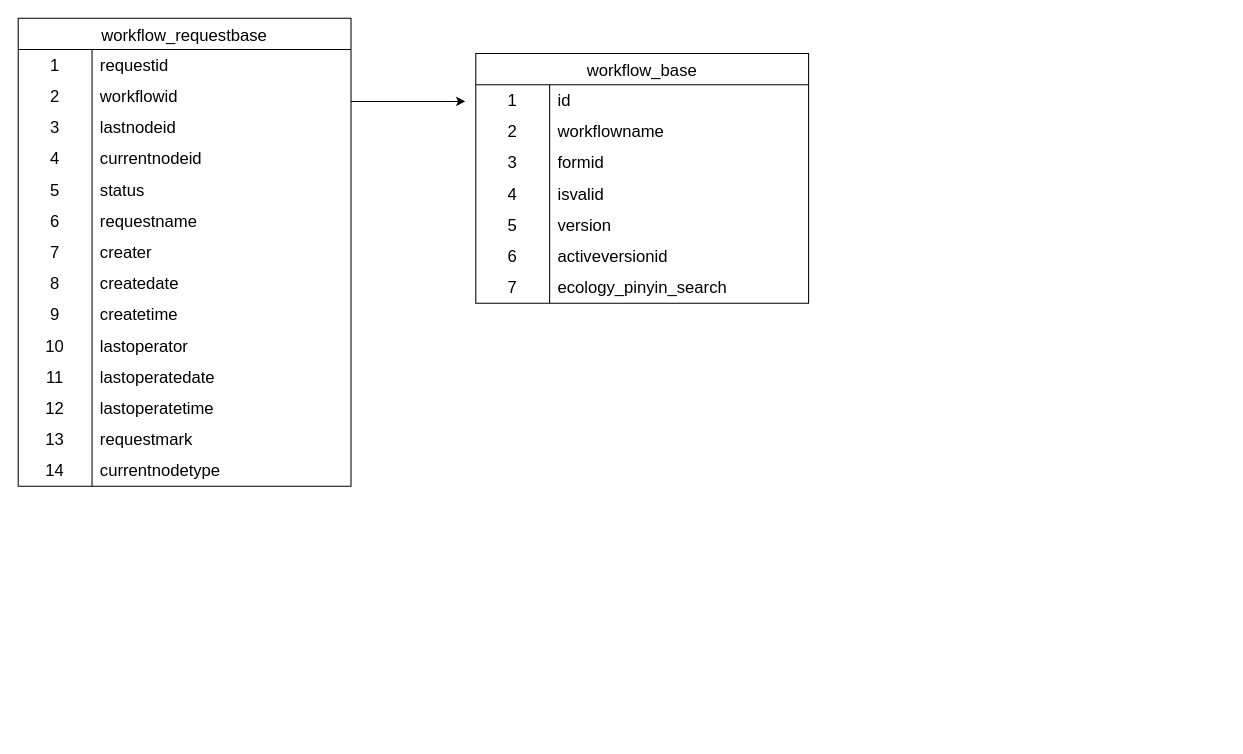
The draw.io diagram page "第 3 页" (3 of 3) of work/ICS工单系统.drawio in itzhanglg/technology-image, before the edit. Source tidied: cells renumbered, new cells numbered last; positions are measured from the earlier drawing's top-left corner, leaving out a move shared by most shapes. Both pictures are drawn from the tidied source at 104%, with x=0, y=0 at pixel (18, 18).
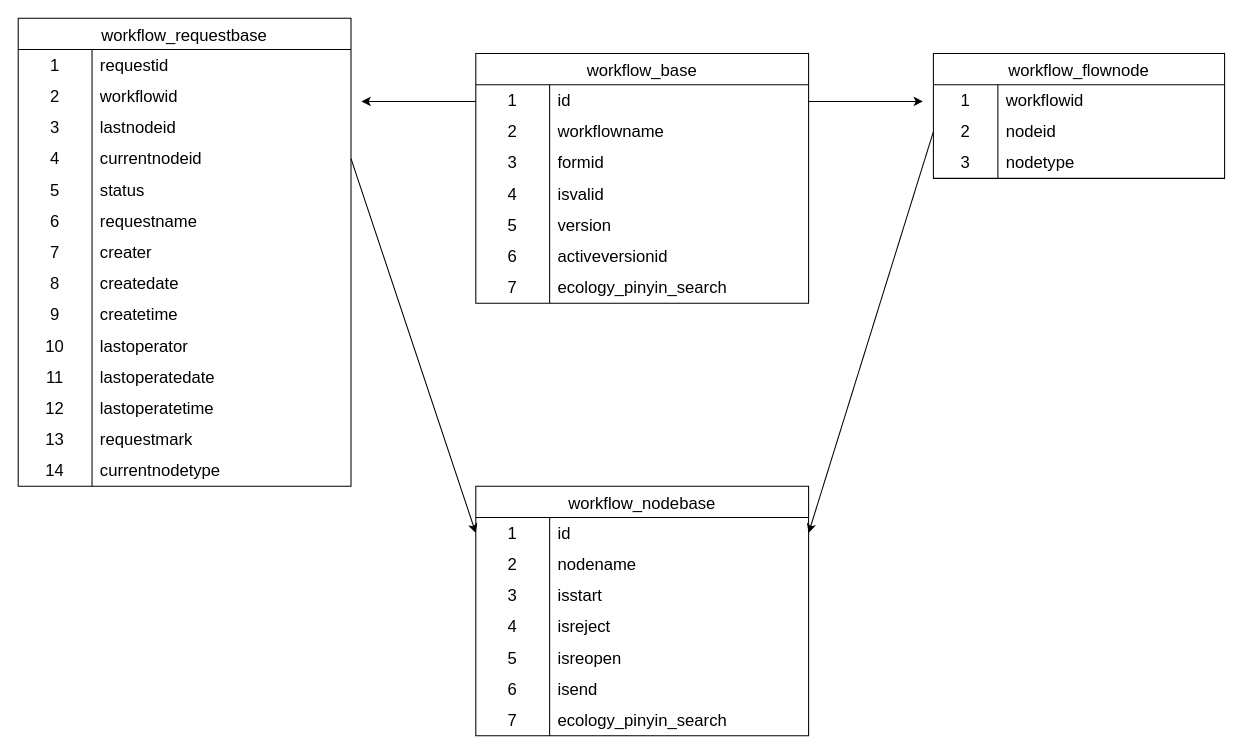
The same diagram, later.

Commit message:
更新ICS工单系统.drawio

The change refers to these unchanged cells:
```xml
<mxCell id="34" style="shape=tableRow;horizontal=0;startSize=0;swimlaneHead=0;swimlaneBody=0;top=0;left=0;bottom=0;right=0;fillColor=none;points=[[0,0.5],[1,0.5]];portConstraint=eastwest;strokeColor=inherit;fontSize=16;" parent="24" vertex="1">
  <mxGeometry y="120" width="320" height="30" as="geometry" />
</mxCell>
```

Change to the diagram source:
```diff
@@
     <mxCell id="67" style="endArrow=classic;html=1;rounded=0;" parent="1" edge="1">
       <mxGeometry relative="1" as="geometry">
-        <mxPoint x="320" y="80" as="sourcePoint" />
-        <mxPoint x="430" y="80" as="targetPoint" />
+        <mxPoint x="440" y="80" as="sourcePoint" />
+        <mxPoint x="330" y="80" as="targetPoint" />
       </mxGeometry>
     </mxCell>
+    <mxCell id="68" value="workflow_flownode" style="shape=table;startSize=30;childLayout=tableLayout;rowLines=0;fontStyle=0;strokeColor=default;fontSize=16;" parent="1" vertex="1">
+      <mxGeometry x="880" y="34" width="280" height="120" as="geometry" />
+    </mxCell>
+    <mxCell id="69" style="shape=tableRow;horizontal=0;startSize=0;swimlaneHead=0;swimlaneBody=0;top=0;left=0;bottom=0;right=0;fillColor=none;strokeColor=inherit;fontSize=16;" parent="68" vertex="1">
+      <mxGeometry y="30" width="280" height="30" as="geometry" />
+    </mxCell>
+    <mxCell id="70" value="1" style="shape=partialRectangle;html=1;whiteSpace=wrap;fillColor=none;top=0;left=0;bottom=0;right=0;overflow=hidden;strokeColor=inherit;fontSize=16;" parent="69" vertex="1">
+      <mxGeometry width="62" height="30" as="geometry" />
+    </mxCell>
+    <mxCell id="71" value="workflowid" style="shape=partialRectangle;html=1;whiteSpace=wrap;fillColor=none;top=0;left=0;bottom=0;right=0;align=left;spacingLeft=6;overflow=hidden;strokeColor=inherit;fontSize=16;" parent="69" vertex="1">
+      <mxGeometry x="62" width="218" height="30" as="geometry" />
+    </mxCell>
+    <mxCell id="72" style="shape=tableRow;horizontal=0;startSize=0;swimlaneHead=0;swimlaneBody=0;top=0;left=0;bottom=0;right=0;fillColor=none;points=[[0,0.5],[1,0.5]];portConstraint=eastwest;strokeColor=inherit;fontSize=16;" parent="68" vertex="1">
+      <mxGeometry y="60" width="280" height="30" as="geometry" />
+    </mxCell>
+    <mxCell id="73" value="2" style="shape=partialRectangle;html=1;whiteSpace=wrap;fillColor=none;top=0;left=0;bottom=0;right=0;overflow=hidden;strokeColor=inherit;fontSize=16;" parent="72" vertex="1">
+      <mxGeometry width="62" height="30" as="geometry" />
+    </mxCell>
+    <mxCell id="74" value="nodeid" style="shape=partialRectangle;html=1;whiteSpace=wrap;fillColor=none;top=0;left=0;bottom=0;right=0;align=left;spacingLeft=6;overflow=hidden;strokeColor=inherit;fontSize=16;" parent="72" vertex="1">
+      <mxGeometry x="62" width="218" height="30" as="geometry" />
+    </mxCell>
+    <mxCell id="75" style="shape=tableRow;horizontal=0;startSize=0;swimlaneHead=0;swimlaneBody=0;top=0;left=0;bottom=0;right=0;fillColor=none;strokeColor=inherit;fontSize=16;" parent="68" vertex="1">
+      <mxGeometry y="90" width="280" height="30" as="geometry" />
+    </mxCell>
+    <mxCell id="76" value="3" style="shape=partialRectangle;html=1;whiteSpace=wrap;fillColor=none;top=0;left=0;bottom=0;right=0;overflow=hidden;strokeColor=inherit;fontSize=16;" parent="75" vertex="1">
+      <mxGeometry width="62" height="30" as="geometry" />
+    </mxCell>
+    <mxCell id="77" value="nodetype" style="shape=partialRectangle;html=1;whiteSpace=wrap;fillColor=none;top=0;left=0;bottom=0;right=0;align=left;spacingLeft=6;overflow=hidden;strokeColor=inherit;fontSize=16;" parent="75" vertex="1">
+      <mxGeometry x="62" width="218" height="30" as="geometry" />
+    </mxCell>
+    <mxCell id="78" style="endArrow=classic;html=1;rounded=0;" parent="1" edge="1">
+      <mxGeometry relative="1" as="geometry">
+        <mxPoint x="760" y="80" as="sourcePoint" />
+        <mxPoint x="870" y="80" as="targetPoint" />
+      </mxGeometry>
+    </mxCell>
+    <mxCell id="79" value="workflow_nodebase" style="shape=table;startSize=30;childLayout=tableLayout;rowLines=0;fontStyle=0;strokeColor=default;fontSize=16;" parent="1" vertex="1">
+      <mxGeometry x="440" y="450" width="320" height="240" as="geometry" />
+    </mxCell>
+    <mxCell id="80" style="shape=tableRow;horizontal=0;startSize=0;swimlaneHead=0;swimlaneBody=0;top=0;left=0;bottom=0;right=0;fillColor=none;points=[[0,0.5],[1,0.5]];portConstraint=eastwest;strokeColor=inherit;fontSize=16;" parent="79" vertex="1">
+      <mxGeometry y="30" width="320" height="30" as="geometry" />
+    </mxCell>
+    <mxCell id="81" value="1" style="shape=partialRectangle;html=1;whiteSpace=wrap;fillColor=none;top=0;left=0;bottom=0;right=0;overflow=hidden;strokeColor=inherit;fontSize=16;" parent="80" vertex="1">
+      <mxGeometry width="71" height="30" as="geometry" />
+    </mxCell>
+    <mxCell id="82" value="id" style="shape=partialRectangle;html=1;whiteSpace=wrap;fillColor=none;top=0;left=0;bottom=0;right=0;align=left;spacingLeft=6;overflow=hidden;strokeColor=inherit;fontSize=16;" parent="80" vertex="1">
+      <mxGeometry x="71" width="249" height="30" as="geometry" />
+    </mxCell>
+    <mxCell id="83" style="shape=tableRow;horizontal=0;startSize=0;swimlaneHead=0;swimlaneBody=0;top=0;left=0;bottom=0;right=0;fillColor=none;strokeColor=inherit;fontSize=16;" parent="79" vertex="1">
+      <mxGeometry y="60" width="320" height="30" as="geometry" />
+    </mxCell>
+    <mxCell id="84" value="2" style="shape=partialRectangle;html=1;whiteSpace=wrap;fillColor=none;top=0;left=0;bottom=0;right=0;overflow=hidden;strokeColor=inherit;fontSize=16;" parent="83" vertex="1">
+      <mxGeometry width="71" height="30" as="geometry" />
+    </mxCell>
+    <mxCell id="85" value="nodename" style="shape=partialRectangle;html=1;whiteSpace=wrap;fillColor=none;top=0;left=0;bottom=0;right=0;align=left;spacingLeft=6;overflow=hidden;strokeColor=inherit;fontSize=16;" parent="83" vertex="1">
+      <mxGeometry x="71" width="249" height="30" as="geometry" />
+    </mxCell>
+    <mxCell id="86" style="shape=tableRow;horizontal=0;startSize=0;swimlaneHead=0;swimlaneBody=0;top=0;left=0;bottom=0;right=0;fillColor=none;strokeColor=inherit;fontSize=16;" parent="79" vertex="1">
+      <mxGeometry y="90" width="320" height="30" as="geometry" />
+    </mxCell>
+    <mxCell id="87" value="3" style="shape=partialRectangle;html=1;whiteSpace=wrap;fillColor=none;top=0;left=0;bottom=0;right=0;overflow=hidden;strokeColor=inherit;fontSize=16;" parent="86" vertex="1">
+      <mxGeometry width="71" height="30" as="geometry" />
+    </mxCell>
+    <mxCell id="88" value="isstart" style="shape=partialRectangle;html=1;whiteSpace=wrap;fillColor=none;top=0;left=0;bottom=0;right=0;align=left;spacingLeft=6;overflow=hidden;strokeColor=inherit;fontSize=16;" parent="86" vertex="1">
+      <mxGeometry x="71" width="249" height="30" as="geometry" />
+    </mxCell>
+    <mxCell id="89" style="shape=tableRow;horizontal=0;startSize=0;swimlaneHead=0;swimlaneBody=0;top=0;left=0;bottom=0;right=0;fillColor=none;strokeColor=inherit;fontSize=16;" parent="79" vertex="1">
+      <mxGeometry y="120" width="320" height="30" as="geometry" />
+    </mxCell>
+    <mxCell id="90" value="4" style="shape=partialRectangle;html=1;whiteSpace=wrap;fillColor=none;top=0;left=0;bottom=0;right=0;overflow=hidden;strokeColor=inherit;fontSize=16;" parent="89" vertex="1">
+      <mxGeometry width="71" height="30" as="geometry" />
+    </mxCell>
+    <mxCell id="91" value="isreject" style="shape=partialRectangle;html=1;whiteSpace=wrap;fillColor=none;top=0;left=0;bottom=0;right=0;align=left;spacingLeft=6;overflow=hidden;strokeColor=inherit;fontSize=16;" parent="89" vertex="1">
+      <mxGeometry x="71" width="249" height="30" as="geometry" />
+    </mxCell>
+    <mxCell id="92" style="shape=tableRow;horizontal=0;startSize=0;swimlaneHead=0;swimlaneBody=0;top=0;left=0;bottom=0;right=0;fillColor=none;strokeColor=inherit;fontSize=16;" parent="79" vertex="1">
+      <mxGeometry y="150" width="320" height="30" as="geometry" />
+    </mxCell>
+    <mxCell id="93" value="5" style="shape=partialRectangle;html=1;whiteSpace=wrap;fillColor=none;top=0;left=0;bottom=0;right=0;overflow=hidden;strokeColor=inherit;fontSize=16;" parent="92" vertex="1">
+      <mxGeometry width="71" height="30" as="geometry" />
+    </mxCell>
+    <mxCell id="94" value="isreopen" style="shape=partialRectangle;html=1;whiteSpace=wrap;fillColor=none;top=0;left=0;bottom=0;right=0;align=left;spacingLeft=6;overflow=hidden;strokeColor=inherit;fontSize=16;" parent="92" vertex="1">
+      <mxGeometry x="71" width="249" height="30" as="geometry" />
+    </mxCell>
+    <mxCell id="95" style="shape=tableRow;horizontal=0;startSize=0;swimlaneHead=0;swimlaneBody=0;top=0;left=0;bottom=0;right=0;fillColor=none;strokeColor=inherit;fontSize=16;" parent="79" vertex="1">
+      <mxGeometry y="180" width="320" height="30" as="geometry" />
+    </mxCell>
+    <mxCell id="96" value="6" style="shape=partialRectangle;html=1;whiteSpace=wrap;fillColor=none;top=0;left=0;bottom=0;right=0;overflow=hidden;strokeColor=inherit;fontSize=16;" parent="95" vertex="1">
+      <mxGeometry width="71" height="30" as="geometry" />
+    </mxCell>
+    <mxCell id="97" value="isend" style="shape=partialRectangle;html=1;whiteSpace=wrap;fillColor=none;top=0;left=0;bottom=0;right=0;align=left;spacingLeft=6;overflow=hidden;strokeColor=inherit;fontSize=16;" parent="95" vertex="1">
+      <mxGeometry x="71" width="249" height="30" as="geometry" />
+    </mxCell>
+    <mxCell id="98" style="shape=tableRow;horizontal=0;startSize=0;swimlaneHead=0;swimlaneBody=0;top=0;left=0;bottom=0;right=0;fillColor=none;strokeColor=inherit;fontSize=16;" parent="79" vertex="1">
+      <mxGeometry y="210" width="320" height="30" as="geometry" />
+    </mxCell>
+    <mxCell id="99" value="7" style="shape=partialRectangle;html=1;whiteSpace=wrap;fillColor=none;top=0;left=0;bottom=0;right=0;overflow=hidden;strokeColor=inherit;fontSize=16;" parent="98" vertex="1">
+      <mxGeometry width="71" height="30" as="geometry" />
+    </mxCell>
+    <mxCell id="100" value="ecology_pinyin_search" style="shape=partialRectangle;html=1;whiteSpace=wrap;fillColor=none;top=0;left=0;bottom=0;right=0;align=left;spacingLeft=6;overflow=hidden;strokeColor=inherit;fontSize=16;" parent="98" vertex="1">
+      <mxGeometry x="71" width="249" height="30" as="geometry" />
+    </mxCell>
+    <mxCell id="101" style="endArrow=classic;html=1;rounded=0;entryX=1;entryY=0.5;entryDx=0;entryDy=0;exitX=0;exitY=0.5;exitDx=0;exitDy=0;" parent="1" edge="1" source="72" target="80">
+      <mxGeometry relative="1" as="geometry" />
+    </mxCell>
+    <mxCell id="102" style="endArrow=classic;html=1;rounded=0;entryX=0;entryY=0.5;entryDx=0;entryDy=0;exitX=1;exitY=0.5;exitDx=0;exitDy=0;" parent="1" edge="1" source="34" target="80">
+      <mxGeometry relative="1" as="geometry" />
+    </mxCell>
```
